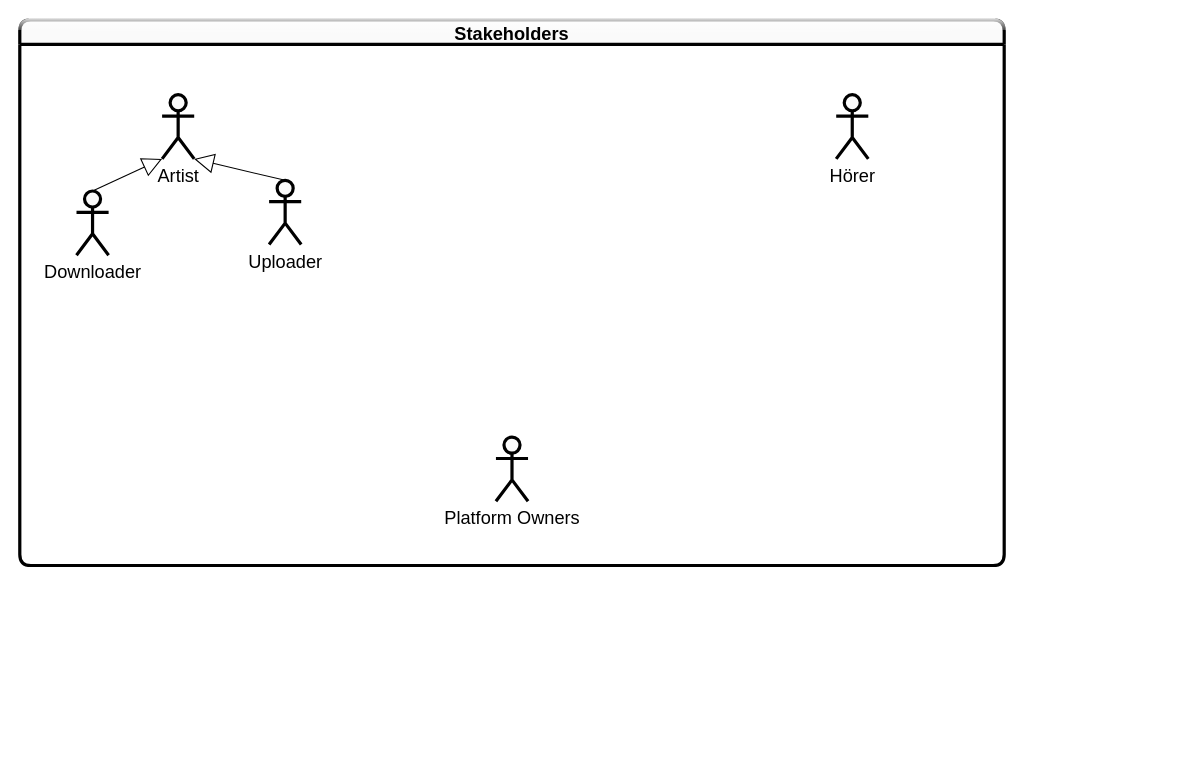
The draw.io diagram page "Stakeholders" (24 of 24) of beatblender_diagrams.drawio in maximilian-mintchev/Diagrams, before the edit. Source tidied: cells renumbered, new cells numbered last; positions are measured from the earlier drawing's top-left corner, leaving out a move shared by most shapes. Both pictures are drawn from the tidied source at 107%, with x=0, y=0 at pixel (19, 19).
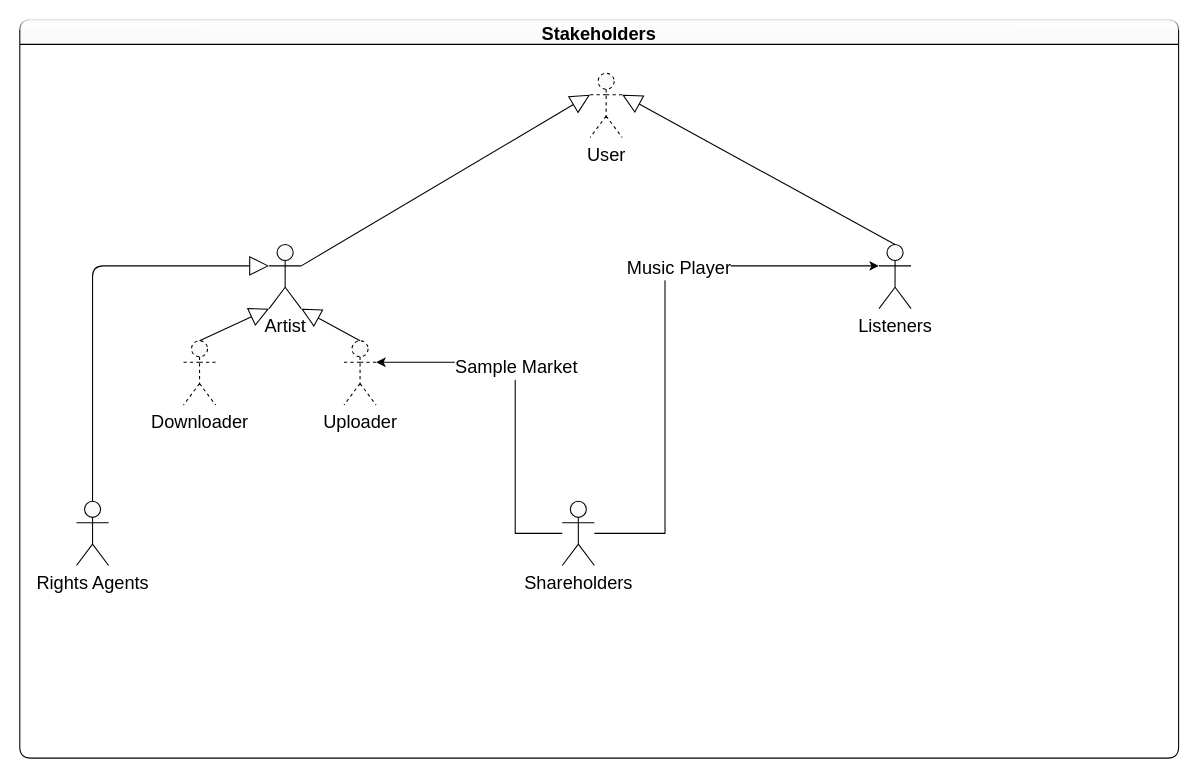
After the change.

What changed in the source:
```diff
@@
-    <mxCell id="2" value="Stakeholders" style="swimlane;rounded=1;shadow=0;glass=1;sketch=0;fontSize=17;strokeWidth=3;fillColor=#FAFAFA;" parent="1" vertex="1">
-      <mxGeometry width="920" height="510" as="geometry" />
+    <mxCell id="2" value="Stakeholders" style="swimlane;rounded=1;shadow=0;glass=1;sketch=0;fontSize=17;strokeWidth=1;fillColor=#FAFAFA;" parent="1" vertex="1">
+      <mxGeometry width="1083" height="690" as="geometry" />
     </mxCell>
-    <mxCell id="3" value="Artist" style="shape=umlActor;verticalLabelPosition=bottom;verticalAlign=top;html=1;outlineConnect=0;rounded=1;shadow=0;glass=1;sketch=0;fontSize=17;strokeColor=#000000;strokeWidth=3;fillColor=#FAFAFA;" parent="2" vertex="1">
-      <mxGeometry x="133" y="70" width="30" height="60" as="geometry" />
+    <mxCell id="3" value="Artist" style="shape=umlActor;verticalLabelPosition=bottom;verticalAlign=top;html=1;outlineConnect=0;rounded=1;shadow=0;glass=1;sketch=0;fontSize=17;strokeColor=#000000;strokeWidth=1;fillColor=#FAFAFA;" parent="2" vertex="1">
+      <mxGeometry x="233" y="210" width="30" height="60" as="geometry" />
     </mxCell>
-    <mxCell id="4" value="Downloader" style="shape=umlActor;verticalLabelPosition=bottom;verticalAlign=top;html=1;outlineConnect=0;rounded=1;shadow=0;glass=1;sketch=0;fontSize=17;strokeColor=#000000;strokeWidth=3;fillColor=#FAFAFA;" parent="2" vertex="1">
-      <mxGeometry x="53" y="160" width="30" height="60" as="geometry" />
+    <mxCell id="4" value="Downloader" style="shape=umlActor;verticalLabelPosition=bottom;verticalAlign=top;html=1;outlineConnect=0;rounded=1;shadow=0;glass=1;sketch=0;fontSize=17;strokeColor=#000000;strokeWidth=1;fillColor=#FAFAFA;dashed=1;" parent="2" vertex="1">
+      <mxGeometry x="153" y="300" width="30" height="60" as="geometry" />
     </mxCell>
@@
+    <mxCell id="10" style="edgeStyle=orthogonalEdgeStyle;rounded=0;jettySize=auto;html=1;entryX=1;entryY=0.3333333333333333;entryDx=0;entryDy=0;entryPerimeter=0;fontSize=17;" parent="2" edge="1" source="6" target="8">
+      <mxGeometry relative="1" as="geometry">
+        <Array as="points">
+          <mxPoint x="463" y="480" />
+          <mxPoint x="463" y="320" />
+        </Array>
+      </mxGeometry>
+    </mxCell>
+    <mxCell id="11" value="Sample Market" style="edgeLabel;html=1;align=center;verticalAlign=middle;fontSize=17;" parent="10" vertex="1">
+      <mxGeometry x="0.19" relative="1" as="geometry" />
+    </mxCell>
+    <mxCell id="12" style="edgeStyle=orthogonalEdgeStyle;rounded=0;jettySize=auto;html=1;entryX=0;entryY=0.3333333333333333;entryDx=0;entryDy=0;entryPerimeter=0;fontSize=17;" parent="2" edge="1" source="6" target="7">
+      <mxGeometry relative="1" as="geometry">
+        <Array as="points">
+          <mxPoint x="603" y="480" />
+          <mxPoint x="603" y="230" />
+        </Array>
+      </mxGeometry>
+    </mxCell>
+    <mxCell id="13" value="Music Player" style="edgeLabel;html=1;align=center;verticalAlign=middle;fontSize=17;" parent="12" vertex="1">
+      <mxGeometry x="0.27" y="-2" relative="1" as="geometry" />
+    </mxCell>
-    <mxCell id="6" value="Platform Owners" style="shape=umlActor;verticalLabelPosition=bottom;verticalAlign=top;html=1;outlineConnect=0;rounded=1;shadow=0;glass=1;sketch=0;fontSize=17;strokeColor=#000000;strokeWidth=3;fillColor=#FAFAFA;" parent="2" vertex="1">
-      <mxGeometry x="445" y="390" width="30" height="60" as="geometry" />
+    <mxCell id="6" value="Shareholders" style="shape=umlActor;verticalLabelPosition=bottom;verticalAlign=top;html=1;outlineConnect=0;rounded=1;shadow=0;glass=1;sketch=0;fontSize=17;strokeColor=#000000;strokeWidth=1;fillColor=#FAFAFA;" parent="2" vertex="1">
+      <mxGeometry x="507" y="450" width="30" height="60" as="geometry" />
     </mxCell>
-    <mxCell id="7" value="Hörer" style="shape=umlActor;verticalLabelPosition=bottom;verticalAlign=top;html=1;rounded=1;shadow=0;glass=1;sketch=0;fontSize=17;strokeColor=#000000;strokeWidth=3;fillColor=#FAFAFA;" parent="2" vertex="1">
-      <mxGeometry x="763" y="70" width="30" height="60" as="geometry" />
+    <mxCell id="7" value="Listeners" style="shape=umlActor;verticalLabelPosition=bottom;verticalAlign=top;html=1;rounded=1;shadow=0;glass=1;sketch=0;fontSize=17;strokeColor=#000000;strokeWidth=1;fillColor=#FAFAFA;" parent="2" vertex="1">
+      <mxGeometry x="803" y="210" width="30" height="60" as="geometry" />
     </mxCell>
+    <mxCell id="14" value="Rights Agents" style="shape=umlActor;verticalLabelPosition=bottom;verticalAlign=top;html=1;outlineConnect=0;rounded=1;shadow=0;glass=1;sketch=0;fontSize=17;strokeColor=#000000;strokeWidth=1;fillColor=#FAFAFA;" parent="2" vertex="1">
+      <mxGeometry x="53" y="450" width="30" height="60" as="geometry" />
+    </mxCell>
-    <mxCell id="8" value="Uploader" style="shape=umlActor;verticalLabelPosition=bottom;verticalAlign=top;html=1;outlineConnect=0;rounded=1;shadow=0;glass=1;sketch=0;fontSize=17;strokeColor=#000000;strokeWidth=3;fillColor=#FAFAFA;" parent="1" vertex="1">
-      <mxGeometry x="233" y="150" width="30" height="60" as="geometry" />
+    <mxCell id="8" value="Uploader" style="shape=umlActor;verticalLabelPosition=bottom;verticalAlign=top;html=1;outlineConnect=0;rounded=1;shadow=0;glass=1;sketch=0;fontSize=17;strokeColor=#000000;strokeWidth=1;fillColor=#FAFAFA;dashed=1;" parent="2" vertex="1">
+      <mxGeometry x="303" y="300" width="30" height="60" as="geometry" />
     </mxCell>
-    <mxCell id="9" style="endArrow=block;endSize=16;endFill=0;html=1;fontSize=17;exitX=0.5;exitY=0;exitDx=0;exitDy=0;exitPerimeter=0;entryX=1;entryY=1;entryDx=0;entryDy=0;entryPerimeter=0;" parent="1" edge="1" source="8" target="3">
+    <mxCell id="9" style="endArrow=block;endSize=16;endFill=0;html=1;fontSize=17;exitX=0.5;exitY=0;exitDx=0;exitDy=0;exitPerimeter=0;entryX=1;entryY=1;entryDx=0;entryDy=0;entryPerimeter=0;" parent="2" edge="1" source="8" target="3">
       <mxGeometry x="0.12" y="-10" relative="1" as="geometry" />
     </mxCell>
+    <mxCell id="15" style="endArrow=block;endSize=16;endFill=0;html=1;fontSize=17;exitX=0.5;exitY=0;exitDx=0;exitDy=0;exitPerimeter=0;entryX=0;entryY=0.3333333333333333;entryDx=0;entryDy=0;entryPerimeter=0;" parent="2" edge="1" source="14" target="3">
+      <mxGeometry x="0.12" y="-10" relative="1" as="geometry">
+        <Array as="points">
+          <mxPoint x="68" y="230" />
+        </Array>
+      </mxGeometry>
+    </mxCell>
+    <mxCell id="16" value="User" style="shape=umlActor;verticalLabelPosition=bottom;verticalAlign=top;html=1;outlineConnect=0;rounded=1;shadow=0;glass=1;sketch=0;fontSize=17;strokeColor=#000000;strokeWidth=1;fillColor=#FAFAFA;dashed=1;" parent="1" vertex="1">
+      <mxGeometry x="533" y="50" width="30" height="60" as="geometry" />
+    </mxCell>
+    <mxCell id="17" style="endArrow=block;endSize=16;endFill=0;html=1;fontSize=17;exitX=1;exitY=0.3333333333333333;exitDx=0;exitDy=0;exitPerimeter=0;entryX=0;entryY=0.3333333333333333;entryDx=0;entryDy=0;entryPerimeter=0;" parent="1" edge="1" source="3" target="16">
+      <mxGeometry x="0.12" y="-10" relative="1" as="geometry" />
+    </mxCell>
+    <mxCell id="18" style="endArrow=block;endSize=16;endFill=0;html=1;fontSize=17;exitX=0.5;exitY=0;exitDx=0;exitDy=0;exitPerimeter=0;entryX=1;entryY=0.3333333333333333;entryDx=0;entryDy=0;entryPerimeter=0;" parent="1" edge="1" source="7" target="16">
+      <mxGeometry x="0.12" y="-10" relative="1" as="geometry" />
+    </mxCell>
```
